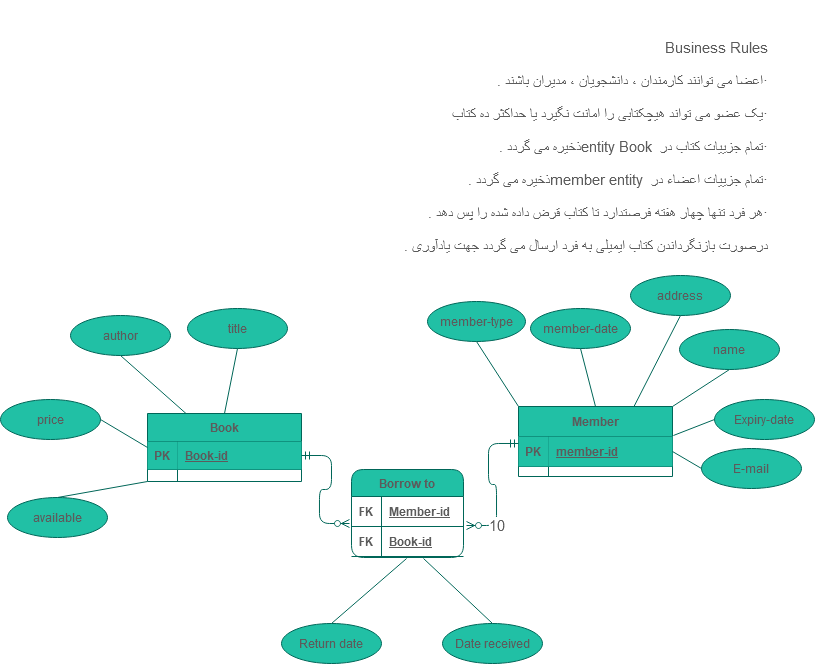
Before: library ERD.png, a diagram exported from draw.io (shahin-servati/card-with-Redux). Source tidied: cells renumbered, new cells last; positions are measured from the earlier drawing's top-left corner, leaving out a move shared by most shapes.
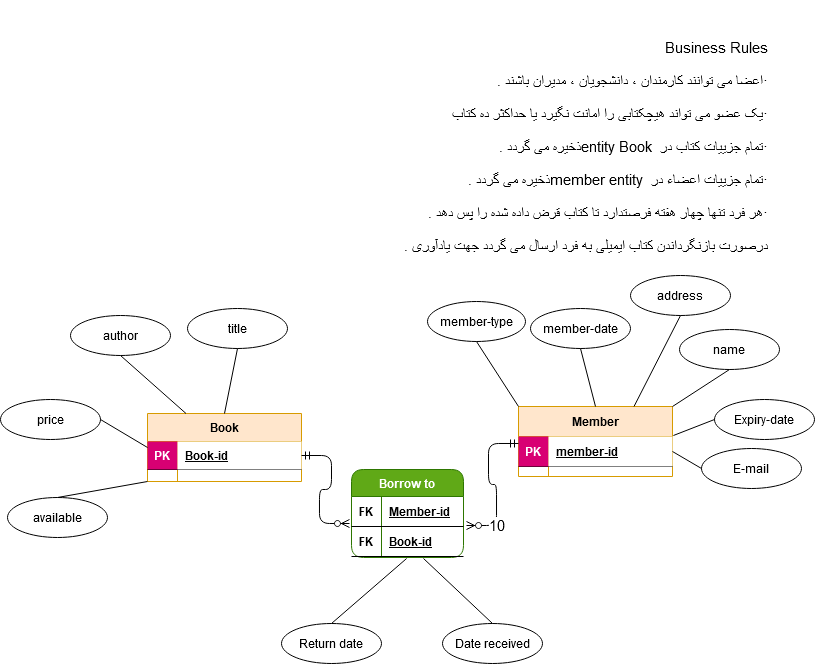
Later version of the same file.

Diff of the diagram source:
```diff
@@ -2,130 +2,130 @@
   <root>
     <mxCell id="0" />
     <mxCell id="1" parent="0" />
-    <mxCell id="2" value="Book" style="shape=table;startSize=28;rowLines=0;fontStyle=1;align=center;fillColor=#21C0A5;strokeColor=#006658;fontColor=#5C5C5C;" parent="1" vertex="1">
+    <mxCell id="2" value="Book" style="shape=table;startSize=28;rowLines=0;fontStyle=1;align=center;fillColor=#ffe6cc;strokeColor=#d79b00;" parent="1" vertex="1">
       <mxGeometry x="147" y="413" width="154" height="68" as="geometry" />
     </mxCell>
-    <mxCell id="3" style="shape=partialRectangle;fillColor=none;top=0;left=0;bottom=1;right=0;points=[[0,0.5],[1,0.5]];portConstraint=eastwest;strokeColor=#006658;fontColor=#5C5C5C;" parent="2" vertex="1">
+    <mxCell id="3" style="shape=partialRectangle;fillColor=none;top=0;left=0;bottom=1;right=0;points=[[0,0.5],[1,0.5]];portConstraint=eastwest;" parent="2" vertex="1">
       <mxGeometry y="28" width="154" height="28" as="geometry" />
     </mxCell>
-    <mxCell id="4" value="PK" style="shape=partialRectangle;fillColor=#21C0A5;top=0;left=0;bottom=0;right=0;fontStyle=1;overflow=hidden;strokeColor=#006658;fontColor=#5C5C5C;" parent="3" vertex="1">
+    <mxCell id="4" value="PK" style="shape=partialRectangle;top=0;left=0;bottom=0;right=0;fontStyle=1;overflow=hidden;fillColor=#d80073;strokeColor=#A50040;fontColor=#ffffff;" parent="3" vertex="1">
       <mxGeometry width="30" height="28" as="geometry" />
     </mxCell>
-    <mxCell id="5" value="Book-id" style="shape=partialRectangle;fillColor=#21C0A5;top=0;left=0;bottom=0;right=0;align=left;spacingLeft=6;fontStyle=5;overflow=hidden;strokeColor=#006658;fontColor=#5C5C5C;" parent="3" vertex="1">
+    <mxCell id="5" value="Book-id" style="shape=partialRectangle;top=0;left=0;bottom=0;right=0;align=left;spacingLeft=6;fontStyle=5;overflow=hidden;" parent="3" vertex="1">
       <mxGeometry x="30" width="124" height="28" as="geometry" />
     </mxCell>
-    <mxCell id="6" value="title" style="ellipse;whiteSpace=wrap;html=1;align=center;fillColor=#21C0A5;strokeColor=#006658;fontColor=#5C5C5C;" parent="1" vertex="1">
+    <mxCell id="6" value="title" style="ellipse;whiteSpace=wrap;html=1;align=center;" parent="1" vertex="1">
       <mxGeometry x="187" y="308" width="100" height="40" as="geometry" />
     </mxCell>
-    <mxCell id="7" style="endArrow=none;html=1;rounded=0;entryX=0.5;entryY=0;entryDx=0;entryDy=0;exitX=0.5;exitY=1;exitDx=0;exitDy=0;strokeColor=#006658;fontColor=#5C5C5C;" parent="1" edge="1" source="6" target="2">
+    <mxCell id="7" style="endArrow=none;html=1;rounded=0;entryX=0.5;entryY=0;entryDx=0;entryDy=0;exitX=0.5;exitY=1;exitDx=0;exitDy=0;" parent="1" edge="1" source="6" target="2">
       <mxGeometry relative="1" as="geometry" />
     </mxCell>
-    <mxCell id="8" value="author" style="ellipse;whiteSpace=wrap;html=1;align=center;fillColor=#21C0A5;strokeColor=#006658;fontColor=#5C5C5C;" parent="1" vertex="1">
+    <mxCell id="8" value="author" style="ellipse;whiteSpace=wrap;html=1;align=center;" parent="1" vertex="1">
       <mxGeometry x="70" y="315" width="100" height="40" as="geometry" />
     </mxCell>
-    <mxCell id="9" style="endArrow=none;html=1;rounded=0;exitX=0.5;exitY=1;exitDx=0;exitDy=0;entryX=0.25;entryY=0;entryDx=0;entryDy=0;strokeColor=#006658;fontColor=#5C5C5C;" parent="1" edge="1" source="8" target="2">
+    <mxCell id="9" style="endArrow=none;html=1;rounded=0;exitX=0.5;exitY=1;exitDx=0;exitDy=0;entryX=0.25;entryY=0;entryDx=0;entryDy=0;" parent="1" edge="1" source="8" target="2">
       <mxGeometry relative="1" as="geometry" />
     </mxCell>
-    <mxCell id="10" value="price" style="ellipse;whiteSpace=wrap;html=1;align=center;fillColor=#21C0A5;strokeColor=#006658;fontColor=#5C5C5C;" parent="1" vertex="1">
+    <mxCell id="10" value="price" style="ellipse;whiteSpace=wrap;html=1;align=center;" parent="1" vertex="1">
       <mxGeometry y="399" width="100" height="40" as="geometry" />
     </mxCell>
-    <mxCell id="11" style="endArrow=none;html=1;rounded=0;entryX=0;entryY=0.5;entryDx=0;entryDy=0;exitX=1;exitY=0.5;exitDx=0;exitDy=0;strokeColor=#006658;fontColor=#5C5C5C;" parent="1" edge="1" source="10" target="2">
+    <mxCell id="11" style="endArrow=none;html=1;rounded=0;entryX=0;entryY=0.5;entryDx=0;entryDy=0;exitX=1;exitY=0.5;exitDx=0;exitDy=0;" parent="1" edge="1" source="10" target="2">
       <mxGeometry relative="1" as="geometry" />
     </mxCell>
-    <mxCell id="12" value="available" style="ellipse;whiteSpace=wrap;html=1;align=center;fillColor=#21C0A5;strokeColor=#006658;fontColor=#5C5C5C;" parent="1" vertex="1">
+    <mxCell id="12" value="available" style="ellipse;whiteSpace=wrap;html=1;align=center;" parent="1" vertex="1">
       <mxGeometry x="7" y="497" width="100" height="40" as="geometry" />
     </mxCell>
-    <mxCell id="13" style="endArrow=none;html=1;rounded=0;entryX=0;entryY=1;entryDx=0;entryDy=0;exitX=0.5;exitY=0;exitDx=0;exitDy=0;strokeColor=#006658;fontColor=#5C5C5C;" parent="1" edge="1" source="12" target="2">
+    <mxCell id="13" style="endArrow=none;html=1;rounded=0;entryX=0;entryY=1;entryDx=0;entryDy=0;exitX=0.5;exitY=0;exitDx=0;exitDy=0;" parent="1" edge="1" source="12" target="2">
       <mxGeometry relative="1" as="geometry" />
     </mxCell>
-    <mxCell id="14" value="Member" style="shape=table;startSize=30;rowLines=0;fontStyle=1;align=center;fillColor=#21C0A5;strokeColor=#006658;fontColor=#5C5C5C;" parent="1" vertex="1">
+    <mxCell id="14" value="Member" style="shape=table;startSize=30;rowLines=0;fontStyle=1;align=center;fillColor=#ffe6cc;strokeColor=#d79b00;" parent="1" vertex="1">
       <mxGeometry x="518" y="406" width="154" height="70" as="geometry" />
     </mxCell>
-    <mxCell id="15" style="shape=partialRectangle;fillColor=none;top=0;left=0;bottom=1;right=0;points=[[0,0.5],[1,0.5]];portConstraint=eastwest;strokeColor=#006658;fontColor=#5C5C5C;" parent="14" vertex="1">
+    <mxCell id="15" style="shape=partialRectangle;fillColor=none;top=0;left=0;bottom=1;right=0;points=[[0,0.5],[1,0.5]];portConstraint=eastwest;" parent="14" vertex="1">
       <mxGeometry y="30" width="154" height="30" as="geometry" />
     </mxCell>
-    <mxCell id="16" value="PK" style="shape=partialRectangle;fillColor=#21C0A5;top=0;left=0;bottom=0;right=0;fontStyle=1;overflow=hidden;strokeColor=#006658;fontColor=#5C5C5C;" parent="15" vertex="1">
+    <mxCell id="16" value="PK" style="shape=partialRectangle;top=0;left=0;bottom=0;right=0;fontStyle=1;overflow=hidden;fillColor=#d80073;strokeColor=#A50040;fontColor=#ffffff;" parent="15" vertex="1">
       <mxGeometry width="30" height="30" as="geometry" />
     </mxCell>
-    <mxCell id="17" value="member-id" style="shape=partialRectangle;fillColor=#21C0A5;top=0;left=0;bottom=0;right=0;align=left;spacingLeft=6;fontStyle=5;overflow=hidden;strokeColor=#006658;fontColor=#5C5C5C;" parent="15" vertex="1">
+    <mxCell id="17" value="member-id" style="shape=partialRectangle;top=0;left=0;bottom=0;right=0;align=left;spacingLeft=6;fontStyle=5;overflow=hidden;" parent="15" vertex="1">
       <mxGeometry x="30" width="124" height="30" as="geometry" />
     </mxCell>
-    <mxCell id="18" value="member-type" style="ellipse;whiteSpace=wrap;html=1;align=center;fillColor=#21C0A5;strokeColor=#006658;fontColor=#5C5C5C;" parent="1" vertex="1">
+    <mxCell id="18" value="member-type" style="ellipse;whiteSpace=wrap;html=1;align=center;" parent="1" vertex="1">
       <mxGeometry x="427" y="301" width="98" height="40" as="geometry" />
     </mxCell>
-    <mxCell id="19" value="member-date" style="ellipse;whiteSpace=wrap;html=1;align=center;fillColor=#21C0A5;strokeColor=#006658;fontColor=#5C5C5C;" parent="1" vertex="1">
+    <mxCell id="19" value="member-date" style="ellipse;whiteSpace=wrap;html=1;align=center;" parent="1" vertex="1">
       <mxGeometry x="530" y="308" width="100" height="40" as="geometry" />
     </mxCell>
-    <mxCell id="20" value="address" style="ellipse;whiteSpace=wrap;html=1;align=center;fillColor=#21C0A5;strokeColor=#006658;fontColor=#5C5C5C;" parent="1" vertex="1">
+    <mxCell id="20" value="address" style="ellipse;whiteSpace=wrap;html=1;align=center;" parent="1" vertex="1">
       <mxGeometry x="630" y="275" width="100" height="40" as="geometry" />
     </mxCell>
-    <mxCell id="21" style="endArrow=none;html=1;rounded=0;entryX=0.5;entryY=0;entryDx=0;entryDy=0;exitX=0.5;exitY=1;exitDx=0;exitDy=0;strokeColor=#006658;fontColor=#5C5C5C;" parent="1" edge="1" source="19" target="14">
+    <mxCell id="21" style="endArrow=none;html=1;rounded=0;entryX=0.5;entryY=0;entryDx=0;entryDy=0;exitX=0.5;exitY=1;exitDx=0;exitDy=0;" parent="1" edge="1" source="19" target="14">
       <mxGeometry relative="1" as="geometry" />
     </mxCell>
-    <mxCell id="22" style="endArrow=none;html=1;rounded=0;exitX=0.5;exitY=1;exitDx=0;exitDy=0;entryX=0;entryY=0;entryDx=0;entryDy=0;strokeColor=#006658;fontColor=#5C5C5C;" parent="1" edge="1" source="18" target="14">
+    <mxCell id="22" style="endArrow=none;html=1;rounded=0;exitX=0.5;exitY=1;exitDx=0;exitDy=0;entryX=0;entryY=0;entryDx=0;entryDy=0;" parent="1" edge="1" source="18" target="14">
       <mxGeometry relative="1" as="geometry" />
     </mxCell>
-    <mxCell id="23" style="endArrow=none;html=1;rounded=0;exitX=0.5;exitY=1;exitDx=0;exitDy=0;entryX=0.75;entryY=0;entryDx=0;entryDy=0;strokeColor=#006658;fontColor=#5C5C5C;" parent="1" edge="1" source="20" target="14">
+    <mxCell id="23" style="endArrow=none;html=1;rounded=0;exitX=0.5;exitY=1;exitDx=0;exitDy=0;entryX=0.75;entryY=0;entryDx=0;entryDy=0;" parent="1" edge="1" source="20" target="14">
       <mxGeometry relative="1" as="geometry" />
     </mxCell>
-    <mxCell id="24" value="name" style="ellipse;whiteSpace=wrap;html=1;align=center;fillColor=#21C0A5;strokeColor=#006658;fontColor=#5C5C5C;" parent="1" vertex="1">
+    <mxCell id="24" value="name" style="ellipse;whiteSpace=wrap;html=1;align=center;" parent="1" vertex="1">
       <mxGeometry x="679" y="329" width="100" height="40" as="geometry" />
     </mxCell>
-    <mxCell id="25" value="Expiry-date" style="ellipse;whiteSpace=wrap;html=1;align=center;fillColor=#21C0A5;strokeColor=#006658;fontColor=#5C5C5C;" parent="1" vertex="1">
+    <mxCell id="25" value="Expiry-date" style="ellipse;whiteSpace=wrap;html=1;align=center;" parent="1" vertex="1">
       <mxGeometry x="714" y="399" width="100" height="40" as="geometry" />
     </mxCell>
-    <mxCell id="26" value="E-mail" style="ellipse;whiteSpace=wrap;html=1;align=center;fillColor=#21C0A5;strokeColor=#006658;fontColor=#5C5C5C;" parent="1" vertex="1">
+    <mxCell id="26" value="E-mail" style="ellipse;whiteSpace=wrap;html=1;align=center;" parent="1" vertex="1">
       <mxGeometry x="701" y="448" width="100" height="40" as="geometry" />
     </mxCell>
-    <mxCell id="27" style="endArrow=none;html=1;rounded=0;exitX=0;exitY=0.5;exitDx=0;exitDy=0;entryX=1;entryY=0.5;entryDx=0;entryDy=0;strokeColor=#006658;fontColor=#5C5C5C;" parent="1" edge="1" source="26" target="15">
+    <mxCell id="27" style="endArrow=none;html=1;rounded=0;exitX=0;exitY=0.5;exitDx=0;exitDy=0;entryX=1;entryY=0.5;entryDx=0;entryDy=0;" parent="1" edge="1" source="26" target="15">
       <mxGeometry relative="1" as="geometry" />
     </mxCell>
-    <mxCell id="28" style="endArrow=none;html=1;rounded=0;exitX=0.5;exitY=1;exitDx=0;exitDy=0;entryX=1;entryY=0;entryDx=0;entryDy=0;strokeColor=#006658;fontColor=#5C5C5C;" parent="1" edge="1" source="24" target="14">
+    <mxCell id="28" style="endArrow=none;html=1;rounded=0;exitX=0.5;exitY=1;exitDx=0;exitDy=0;entryX=1;entryY=0;entryDx=0;entryDy=0;" parent="1" edge="1" source="24" target="14">
       <mxGeometry relative="1" as="geometry" />
     </mxCell>
-    <mxCell id="29" style="endArrow=none;html=1;rounded=0;exitX=0;exitY=0.5;exitDx=0;exitDy=0;entryX=1.006;entryY=-0.033;entryDx=0;entryDy=0;entryPerimeter=0;strokeColor=#006658;fontColor=#5C5C5C;" parent="1" edge="1" source="25" target="15">
+    <mxCell id="29" style="endArrow=none;html=1;rounded=0;exitX=0;exitY=0.5;exitDx=0;exitDy=0;entryX=1.006;entryY=-0.033;entryDx=0;entryDy=0;entryPerimeter=0;" parent="1" edge="1" source="25" target="15">
       <mxGeometry relative="1" as="geometry" />
     </mxCell>
-    <mxCell id="30" value="Return date" style="ellipse;whiteSpace=wrap;html=1;align=center;fillColor=#21C0A5;strokeColor=#006658;fontColor=#5C5C5C;" parent="1" vertex="1">
+    <mxCell id="30" value="Return date" style="ellipse;whiteSpace=wrap;html=1;align=center;" parent="1" vertex="1">
       <mxGeometry x="281" y="623" width="100" height="40" as="geometry" />
     </mxCell>
-    <mxCell id="31" value="Date received" style="ellipse;whiteSpace=wrap;html=1;align=center;fillColor=#21C0A5;strokeColor=#006658;fontColor=#5C5C5C;" parent="1" vertex="1">
+    <mxCell id="31" value="Date received" style="ellipse;whiteSpace=wrap;html=1;align=center;" parent="1" vertex="1">
       <mxGeometry x="442" y="623" width="100" height="40" as="geometry" />
     </mxCell>
-    <mxCell id="32" style="endArrow=none;html=1;rounded=0;exitX=0.492;exitY=1.067;exitDx=0;exitDy=0;entryX=0.5;entryY=0;entryDx=0;entryDy=0;exitPerimeter=0;strokeColor=#006658;fontColor=#5C5C5C;" parent="1" edge="1" source="38" target="30">
+    <mxCell id="32" style="endArrow=none;html=1;rounded=0;exitX=0.492;exitY=1.067;exitDx=0;exitDy=0;entryX=0.5;entryY=0;entryDx=0;entryDy=0;exitPerimeter=0;" parent="1" edge="1" source="38" target="30">
       <mxGeometry relative="1" as="geometry" />
     </mxCell>
-    <mxCell id="33" style="endArrow=none;html=1;rounded=0;exitX=0.643;exitY=1.067;exitDx=0;exitDy=0;entryX=0.5;entryY=0;entryDx=0;entryDy=0;exitPerimeter=0;strokeColor=#006658;fontColor=#5C5C5C;" parent="1" edge="1" source="38" target="31">
+    <mxCell id="33" style="endArrow=none;html=1;rounded=0;exitX=0.643;exitY=1.067;exitDx=0;exitDy=0;entryX=0.5;entryY=0;entryDx=0;entryDy=0;exitPerimeter=0;" parent="1" edge="1" source="38" target="31">
       <mxGeometry relative="1" as="geometry" />
     </mxCell>
-    <mxCell id="34" value="Borrow to" style="shape=table;startSize=27;rowLines=0;fontStyle=1;align=center;rounded=1;shadow=0;sketch=0;fillColor=#21C0A5;strokeColor=#006658;fontColor=#5C5C5C;" parent="1" vertex="1">
+    <mxCell id="34" value="Borrow to" style="shape=table;startSize=27;rowLines=0;fontStyle=1;align=center;rounded=1;shadow=0;sketch=0;fillColor=#60a917;strokeColor=#2D7600;fontColor=#ffffff;" parent="1" vertex="1">
       <mxGeometry x="351" y="469" width="112" height="88" as="geometry" />
     </mxCell>
-    <mxCell id="35" style="shape=partialRectangle;fillColor=none;top=0;left=0;bottom=1;right=0;points=[[0,0.5],[1,0.5]];portConstraint=eastwest;strokeColor=#006658;fontColor=#5C5C5C;" parent="34" vertex="1">
+    <mxCell id="35" style="shape=partialRectangle;fillColor=none;top=0;left=0;bottom=1;right=0;points=[[0,0.5],[1,0.5]];portConstraint=eastwest;" parent="34" vertex="1">
       <mxGeometry y="27" width="112" height="30" as="geometry" />
     </mxCell>
-    <mxCell id="36" value="FK" style="shape=partialRectangle;fillColor=none;top=0;left=0;bottom=0;right=0;fontStyle=1;overflow=hidden;strokeColor=#006658;fontColor=#5C5C5C;" parent="35" vertex="1">
+    <mxCell id="36" value="FK" style="shape=partialRectangle;fillColor=none;top=0;left=0;bottom=0;right=0;fontStyle=1;overflow=hidden;" parent="35" vertex="1">
       <mxGeometry width="30" height="30" as="geometry" />
     </mxCell>
-    <mxCell id="37" value="Member-id" style="shape=partialRectangle;fillColor=none;top=0;left=0;bottom=0;right=0;align=left;spacingLeft=6;fontStyle=5;overflow=hidden;verticalAlign=middle;strokeColor=#006658;fontColor=#5C5C5C;" parent="35" vertex="1">
+    <mxCell id="37" value="Member-id" style="shape=partialRectangle;fillColor=none;top=0;left=0;bottom=0;right=0;align=left;spacingLeft=6;fontStyle=5;overflow=hidden;verticalAlign=middle;" parent="35" vertex="1">
       <mxGeometry x="30" width="82" height="30" as="geometry" />
     </mxCell>
-    <mxCell id="38" style="shape=partialRectangle;fillColor=none;top=0;left=0;bottom=1;right=0;points=[[0,0.5],[1,0.5]];portConstraint=eastwest;strokeColor=#006658;fontColor=#5C5C5C;" parent="34" vertex="1">
+    <mxCell id="38" style="shape=partialRectangle;fillColor=none;top=0;left=0;bottom=1;right=0;points=[[0,0.5],[1,0.5]];portConstraint=eastwest;" parent="34" vertex="1">
       <mxGeometry y="57" width="112" height="30" as="geometry" />
     </mxCell>
-    <mxCell id="39" value="FK" style="shape=partialRectangle;fillColor=none;top=0;left=0;bottom=0;right=0;fontStyle=1;overflow=hidden;strokeColor=#006658;fontColor=#5C5C5C;" parent="38" vertex="1">
+    <mxCell id="39" value="FK" style="shape=partialRectangle;fillColor=none;top=0;left=0;bottom=0;right=0;fontStyle=1;overflow=hidden;" parent="38" vertex="1">
       <mxGeometry width="30" height="30" as="geometry" />
     </mxCell>
-    <mxCell id="40" value="Book-id" style="shape=partialRectangle;fillColor=none;top=0;left=0;bottom=0;right=0;align=left;spacingLeft=6;fontStyle=5;overflow=hidden;verticalAlign=middle;strokeColor=#006658;fontColor=#5C5C5C;" parent="38" vertex="1">
+    <mxCell id="40" value="Book-id" style="shape=partialRectangle;fillColor=none;top=0;left=0;bottom=0;right=0;align=left;spacingLeft=6;fontStyle=5;overflow=hidden;verticalAlign=middle;" parent="38" vertex="1">
       <mxGeometry x="30" width="82" height="30" as="geometry" />
     </mxCell>
-    <mxCell id="41" style="edgeStyle=entityRelationEdgeStyle;fontSize=12;html=1;endArrow=ERzeroToMany;startArrow=ERmandOne;exitX=1;exitY=0.5;exitDx=0;exitDy=0;entryX=-0.018;entryY=0.9;entryDx=0;entryDy=0;entryPerimeter=0;strokeColor=#006658;fontColor=#5C5C5C;" parent="1" edge="1" source="3" target="35">
+    <mxCell id="41" style="edgeStyle=entityRelationEdgeStyle;fontSize=12;html=1;endArrow=ERzeroToMany;startArrow=ERmandOne;exitX=1;exitY=0.5;exitDx=0;exitDy=0;entryX=-0.018;entryY=0.9;entryDx=0;entryDy=0;entryPerimeter=0;" parent="1" edge="1" source="3" target="35">
       <mxGeometry relative="1" as="geometry" />
     </mxCell>
-    <mxCell id="42" value="10" style="edgeStyle=entityRelationEdgeStyle;fontSize=15;html=1;endArrow=ERzeroToMany;startArrow=ERmandOne;entryX=1.027;entryY=-0.033;entryDx=0;entryDy=0;entryPerimeter=0;exitX=0;exitY=0.233;exitDx=0;exitDy=0;exitPerimeter=0;jumpSize=6;strokeWidth=1;strokeColor=#006658;fontColor=#5C5C5C;" parent="1" edge="1" source="15" target="38">
+    <mxCell id="42" value="10" style="edgeStyle=entityRelationEdgeStyle;fontSize=15;html=1;endArrow=ERzeroToMany;startArrow=ERmandOne;entryX=1.027;entryY=-0.033;entryDx=0;entryDy=0;entryPerimeter=0;exitX=0;exitY=0.233;exitDx=0;exitDy=0;exitPerimeter=0;jumpSize=6;strokeWidth=1;" parent="1" edge="1" source="15" target="38">
       <mxGeometry x="0.6" relative="1" as="geometry" />
     </mxCell>
-    <mxCell id="43" value="&lt;div&gt;&lt;p dir=&quot;RTL&quot;&gt;&lt;br&gt;&lt;span lang=&quot;en-AS&quot;&gt;&lt;span&gt;Business Rules &lt;br&gt;&lt;/span&gt;&lt;/span&gt;&lt;/p&gt;&lt;p dir=&quot;RTL&quot;&gt;&lt;span lang=&quot;en-AS&quot;&gt;&lt;span&gt;·&lt;/span&gt;&lt;/span&gt;&lt;span lang=&quot;FA&quot;&gt;اعضا می توانند کارمندان ، دانشجویان ، مدیران باشند . &lt;/span&gt;&lt;/p&gt;&lt;p dir=&quot;RTL&quot;&gt;&lt;span lang=&quot;en-AS&quot;&gt;&lt;span&gt;·&lt;/span&gt;&lt;/span&gt;&lt;span lang=&quot;FA&quot;&gt;یک عضو می تواند هیچکتابی را امانت نگیرد یا حداکثر ده کتاب &lt;/span&gt;&lt;/p&gt;&lt;p dir=&quot;RTL&quot;&gt;&lt;span lang=&quot;en-AS&quot;&gt;&lt;span&gt;·&lt;/span&gt;&lt;/span&gt;&lt;span lang=&quot;FA&quot;&gt;تمام جزییات کتاب در &lt;/span&gt;&lt;span dir=&quot;LTR&quot; lang=&quot;en-AS&quot;&gt;Book &lt;/span&gt;&lt;span dir=&quot;LTR&quot;&gt;entity &lt;/span&gt;&lt;span lang=&quot;FA&quot;&gt;ذخیره می گردد . &lt;/span&gt;&lt;/p&gt;&lt;p dir=&quot;RTL&quot;&gt;&lt;span lang=&quot;en-AS&quot;&gt;&lt;span&gt;·&lt;/span&gt;&lt;/span&gt;&lt;span lang=&quot;FA&quot;&gt;تمام جزییات اعضاء در &lt;/span&gt;&lt;span dir=&quot;LTR&quot; lang=&quot;en-AS&quot;&gt;member entity &lt;/span&gt;&lt;span lang=&quot;FA&quot;&gt;ذخیره می گردد .&lt;/span&gt;&lt;/p&gt;&lt;p dir=&quot;RTL&quot;&gt;&lt;span lang=&quot;en-AS&quot;&gt;&lt;span&gt;·&lt;/span&gt;&lt;/span&gt;&lt;span lang=&quot;FA&quot;&gt;هر فرد تنها چهار هفته فرصتدارد تا کتاب قرض داده شده را پس دهد .&lt;/span&gt;&lt;/p&gt;&lt;span dir=&quot;RTL&quot; lang=&quot;FA&quot;&gt;درصورت بازنگرداندن کتاب ایمیلی به فرد ارسال می گردد جهت یادآوری .&amp;nbsp;&lt;/span&gt;&lt;/div&gt;&lt;div style=&quot;font-size: 18px&quot;&gt;&lt;br&gt;&lt;/div&gt;" style="text;html=1;align=right;verticalAlign=middle;fillColor=none;strokeColor=none;rounded=0;fontSize=15;fontColor=#5C5C5C;" parent="1" vertex="1">
+    <mxCell id="43" value="&lt;div&gt;&lt;p dir=&quot;RTL&quot;&gt;&lt;br&gt;&lt;span lang=&quot;en-AS&quot;&gt;&lt;span&gt;Business Rules &lt;br&gt;&lt;/span&gt;&lt;/span&gt;&lt;/p&gt;&lt;p dir=&quot;RTL&quot;&gt;&lt;span lang=&quot;en-AS&quot;&gt;&lt;span&gt;·&lt;/span&gt;&lt;/span&gt;&lt;span lang=&quot;FA&quot;&gt;اعضا می توانند کارمندان ، دانشجویان ، مدیران باشند . &lt;/span&gt;&lt;/p&gt;&lt;p dir=&quot;RTL&quot;&gt;&lt;span lang=&quot;en-AS&quot;&gt;&lt;span&gt;·&lt;/span&gt;&lt;/span&gt;&lt;span lang=&quot;FA&quot;&gt;یک عضو می تواند هیچکتابی را امانت نگیرد یا حداکثر ده کتاب &lt;/span&gt;&lt;/p&gt;&lt;p dir=&quot;RTL&quot;&gt;&lt;span lang=&quot;en-AS&quot;&gt;&lt;span&gt;·&lt;/span&gt;&lt;/span&gt;&lt;span lang=&quot;FA&quot;&gt;تمام جزییات کتاب در &lt;/span&gt;&lt;span dir=&quot;LTR&quot; lang=&quot;en-AS&quot;&gt;Book &lt;/span&gt;&lt;span dir=&quot;LTR&quot;&gt;entity &lt;/span&gt;&lt;span lang=&quot;FA&quot;&gt;ذخیره می گردد . &lt;/span&gt;&lt;/p&gt;&lt;p dir=&quot;RTL&quot;&gt;&lt;span lang=&quot;en-AS&quot;&gt;&lt;span&gt;·&lt;/span&gt;&lt;/span&gt;&lt;span lang=&quot;FA&quot;&gt;تمام جزییات اعضاء در &lt;/span&gt;&lt;span dir=&quot;LTR&quot; lang=&quot;en-AS&quot;&gt;member entity &lt;/span&gt;&lt;span lang=&quot;FA&quot;&gt;ذخیره می گردد .&lt;/span&gt;&lt;/p&gt;&lt;p dir=&quot;RTL&quot;&gt;&lt;span lang=&quot;en-AS&quot;&gt;&lt;span&gt;·&lt;/span&gt;&lt;/span&gt;&lt;span lang=&quot;FA&quot;&gt;هر فرد تنها چهار هفته فرصتدارد تا کتاب قرض داده شده را پس دهد .&lt;/span&gt;&lt;/p&gt;&lt;span dir=&quot;RTL&quot; lang=&quot;FA&quot;&gt;درصورت بازنگرداندن کتاب ایمیلی به فرد ارسال می گردد جهت یادآوری .&amp;nbsp;&lt;/span&gt;&lt;/div&gt;&lt;div style=&quot;font-size: 18px&quot;&gt;&lt;br&gt;&lt;/div&gt;" style="text;html=1;align=right;verticalAlign=middle;fillColor=none;strokeColor=none;rounded=0;fontSize=15;" parent="1" vertex="1">
       <mxGeometry x="391" width="378" height="280" as="geometry" />
     </mxCell>
   </root>
```
